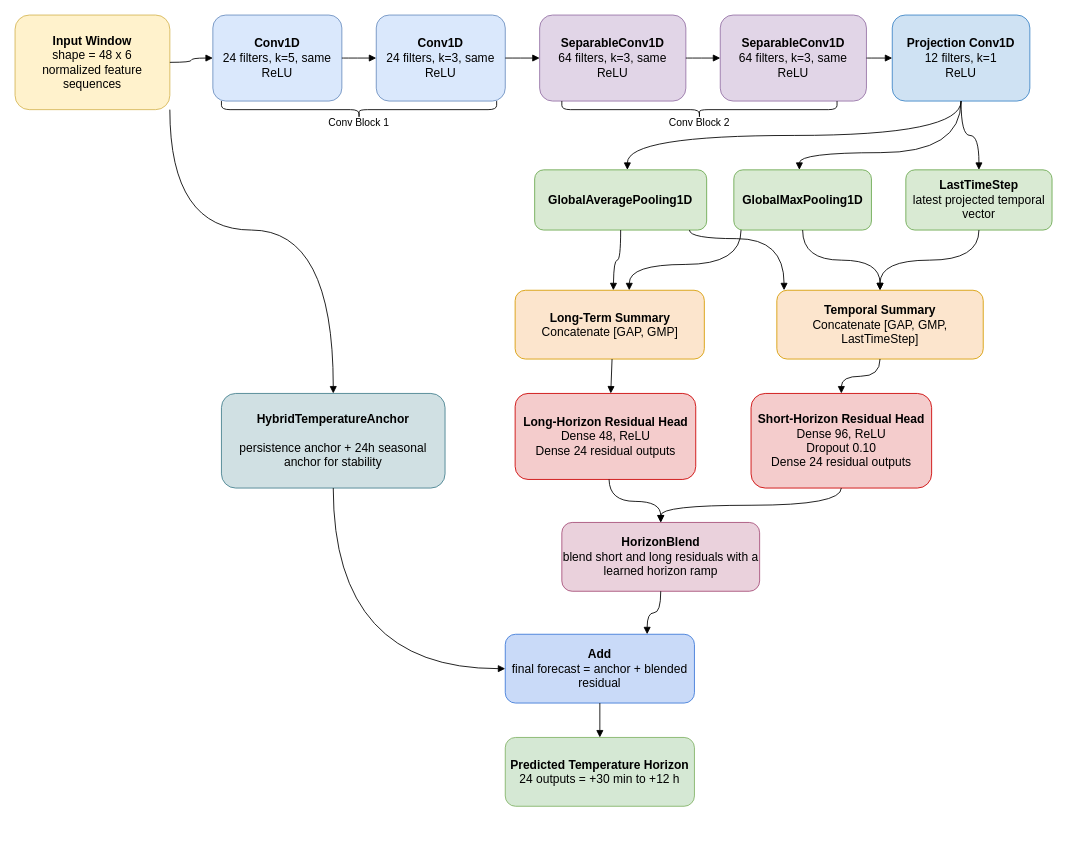
Earlier version of the draw.io diagram page "1D CNN Model" (7 of 11) of tinyml_home_weather_forecasting.drawio (rishi-latchmepersad/TinyML-Home-Weather-Forecasting). Source tidied: cells renumbered, new cells numbered last; positions are measured from the earlier drawing's top-left corner, leaving out a move shared by most shapes. Both pictures are drawn from the tidied source at 86%, with x=0, y=0 at pixel (15, 15).
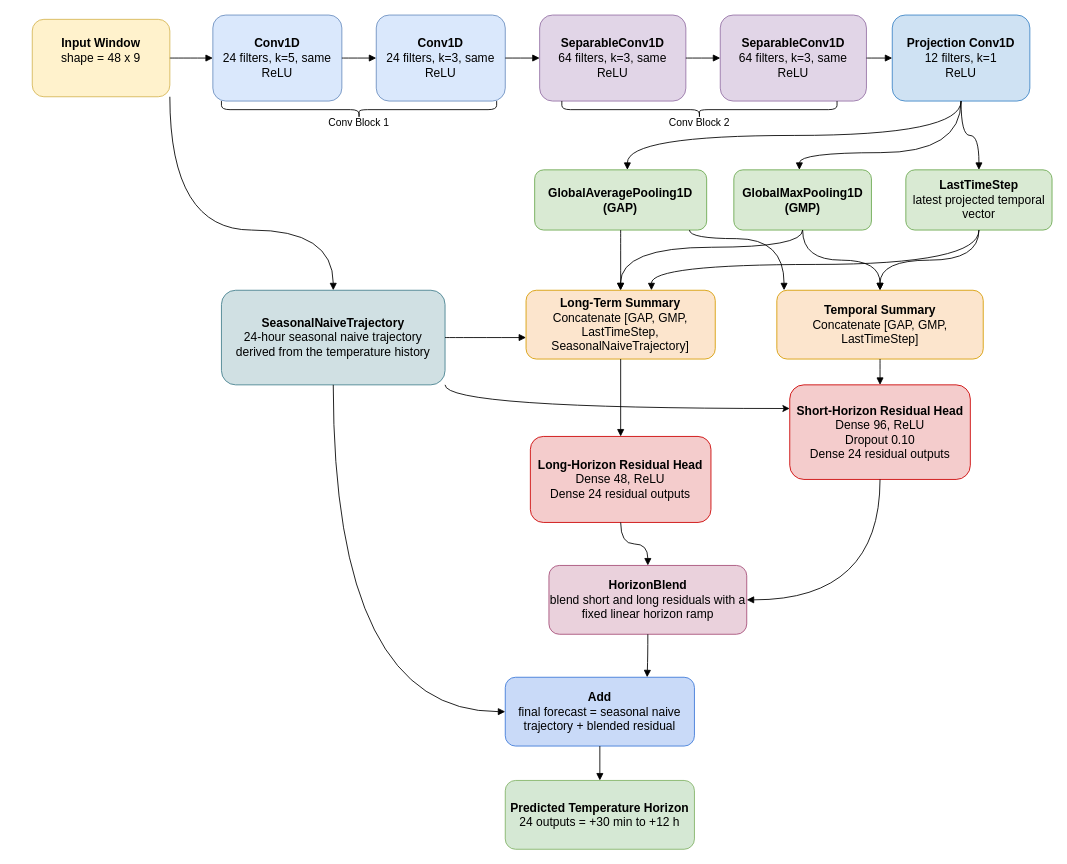
After the change.

Unchanged cells that the change refers to:
```xml
<mxCell id="10" value="&lt;b&gt;LastTimeStep&lt;/b&gt;&lt;div&gt;latest projected temporal vector&lt;/div&gt;" style="rounded=1;whiteSpace=wrap;html=1;fillColor=#d9ead3;strokeColor=#6aa84f;fontSize=14;" parent="1" vertex="1">
  <mxGeometry x="1035.8" y="180" width="170" height="70" as="geometry" />
</mxCell>
```

The edit, as a diff of the source:
```diff
@@
-    <mxCell id="2" value="&lt;b&gt;Input Window&lt;/b&gt;&lt;div&gt;shape = 48 x 6&lt;/div&gt;&lt;div&gt;normalized feature sequences&lt;/div&gt;" style="rounded=1;whiteSpace=wrap;html=1;fillColor=#fff2cc;strokeColor=#d6b656;fontSize=14;" parent="1" vertex="1">
-      <mxGeometry width="180" height="110" as="geometry" />
+    <mxCell id="2" value="&lt;b&gt;Input Window&lt;/b&gt;&lt;div&gt;shape = 48 x 9&lt;/div&gt;&lt;div&gt;&lt;br&gt;&lt;/div&gt;" style="rounded=1;whiteSpace=wrap;html=1;fillColor=#fff2cc;strokeColor=#d6b656;fontSize=14;" parent="1" vertex="1">
+      <mxGeometry x="20" y="5" width="160" height="90" as="geometry" />
     </mxCell>
@@
-    <mxCell id="8" value="&lt;b&gt;GlobalAveragePooling1D&lt;/b&gt;" style="rounded=1;whiteSpace=wrap;html=1;fillColor=#d9ead3;strokeColor=#6aa84f;fontSize=14;" parent="1" vertex="1">
+    <mxCell id="8" value="&lt;b&gt;GlobalAveragePooling1D (GAP)&lt;/b&gt;" style="rounded=1;whiteSpace=wrap;html=1;fillColor=#d9ead3;strokeColor=#6aa84f;fontSize=14;" parent="1" vertex="1">
       <mxGeometry x="604.2" y="180" width="200" height="70" as="geometry" />
     </mxCell>
-    <mxCell id="9" value="&lt;b&gt;GlobalMaxPooling1D&lt;/b&gt;" style="rounded=1;whiteSpace=wrap;html=1;fillColor=#d9ead3;strokeColor=#6aa84f;fontSize=14;" parent="1" vertex="1">
+    <mxCell id="9" value="&lt;b&gt;GlobalMaxPooling1D (GMP)&lt;/b&gt;" style="rounded=1;whiteSpace=wrap;html=1;fillColor=#d9ead3;strokeColor=#6aa84f;fontSize=14;" parent="1" vertex="1">
       <mxGeometry x="835.8" y="180" width="160" height="70" as="geometry" />
     </mxCell>
@@
     <mxCell id="12" value="&lt;b&gt;Short-Horizon Residual Head&lt;/b&gt;&lt;div&gt;Dense 96, ReLU&lt;/div&gt;&lt;div&gt;Dropout 0.10&lt;/div&gt;&lt;div&gt;Dense 24 residual outputs&lt;/div&gt;" style="rounded=1;whiteSpace=wrap;html=1;fillColor=#f4cccc;strokeColor=#cc0000;fontSize=14;" parent="1" vertex="1">
-      <mxGeometry x="855.8" y="440" width="210" height="110" as="geometry" />
+      <mxGeometry x="900.8" y="430" width="210" height="110" as="geometry" />
     </mxCell>
-    <mxCell id="13" value="&lt;b&gt;Long-Term Summary&lt;/b&gt;&lt;div&gt;Concatenate [GAP, GMP]&lt;/div&gt;" style="rounded=1;whiteSpace=wrap;html=1;fillColor=#fce5cd;strokeColor=#d79b00;fontSize=14;" parent="1" vertex="1">
-      <mxGeometry x="581.5" y="320" width="220" height="80" as="geometry" />
+    <mxCell id="13" value="&lt;b&gt;Long-Term Summary&lt;/b&gt;&lt;div&gt;Concatenate [GAP, GMP, LastTimeStep, SeasonalNaiveTrajectory]&lt;/div&gt;" style="rounded=1;whiteSpace=wrap;html=1;fillColor=#fce5cd;strokeColor=#d79b00;fontSize=14;" parent="1" vertex="1">
+      <mxGeometry x="594.2" y="320" width="220" height="80" as="geometry" />
     </mxCell>
     <mxCell id="14" value="&lt;b&gt;Long-Horizon Residual Head&lt;/b&gt;&lt;div&gt;Dense 48, ReLU&lt;/div&gt;&lt;div&gt;Dense 24 residual outputs&lt;/div&gt;" style="rounded=1;whiteSpace=wrap;html=1;fillColor=#f4cccc;strokeColor=#cc0000;fontSize=14;" parent="1" vertex="1">
-      <mxGeometry x="581.5" y="440" width="210" height="100" as="geometry" />
+      <mxGeometry x="599.2" y="490" width="210" height="100" as="geometry" />
     </mxCell>
-    <mxCell id="15" value="&lt;b&gt;HorizonBlend&lt;/b&gt;&lt;div&gt;blend short and long residuals with a learned horizon ramp&lt;/div&gt;" style="rounded=1;whiteSpace=wrap;html=1;fillColor=#ead1dc;strokeColor=#a64d79;fontSize=14;" parent="1" vertex="1">
-      <mxGeometry x="635.8" y="590" width="230" height="80" as="geometry" />
+    <mxCell id="15" value="&lt;b&gt;HorizonBlend&lt;/b&gt;&lt;div&gt;blend short and long residuals with a fixed linear horizon ramp&lt;/div&gt;" style="rounded=1;whiteSpace=wrap;html=1;fillColor=#ead1dc;strokeColor=#a64d79;fontSize=14;" parent="1" vertex="1">
+      <mxGeometry x="620.8" y="640" width="230" height="80" as="geometry" />
     </mxCell>
+    <mxCell id="44" style="edgeStyle=orthogonalEdgeStyle;rounded=0;jettySize=auto;html=1;exitX=1;exitY=1;exitDx=0;exitDy=0;entryX=0;entryY=0.25;entryDx=0;entryDy=0;curved=1;" parent="1" edge="1" source="16" target="12">
+      <mxGeometry relative="1" as="geometry" />
+    </mxCell>
-    <mxCell id="16" value="&lt;b&gt;HybridTemperatureAnchor&lt;/b&gt;&lt;div&gt;&lt;br&gt;&lt;/div&gt;&lt;div&gt;persistence anchor + 24h seasonal anchor for stability&lt;/div&gt;" style="rounded=1;whiteSpace=wrap;html=1;fillColor=#d0e0e3;strokeColor=#45818e;fontSize=14;" parent="1" vertex="1">
-      <mxGeometry x="240" y="440" width="260" height="110" as="geometry" />
+    <mxCell id="16" value="&lt;b&gt;SeasonalNaiveTrajectory&lt;/b&gt;&lt;div&gt;24-hour seasonal naive trajectory&lt;/div&gt;&lt;div&gt;derived from the temperature history&lt;/div&gt;" style="rounded=1;whiteSpace=wrap;html=1;fillColor=#d0e0e3;strokeColor=#45818e;fontSize=14;" parent="1" vertex="1">
+      <mxGeometry x="240" y="320" width="260" height="110" as="geometry" />
     </mxCell>
-    <mxCell id="17" value="&lt;b&gt;Add&lt;/b&gt;&lt;div&gt;final forecast = anchor + blended residual&lt;/div&gt;" style="rounded=1;whiteSpace=wrap;html=1;fillColor=#c9daf8;strokeColor=#3c78d8;fontSize=14;" parent="1" vertex="1">
-      <mxGeometry x="570" y="720" width="220" height="80" as="geometry" />
+    <mxCell id="17" value="&lt;b&gt;Add&lt;/b&gt;&lt;div&gt;final forecast = seasonal naive trajectory + blended residual&lt;/div&gt;" style="rounded=1;whiteSpace=wrap;html=1;fillColor=#c9daf8;strokeColor=#3c78d8;fontSize=14;" parent="1" vertex="1">
+      <mxGeometry x="570" y="770" width="220" height="80" as="geometry" />
     </mxCell>
     <mxCell id="18" value="&lt;b&gt;Predicted Temperature Horizon&lt;/b&gt;&lt;div&gt;24 outputs = +30 min to +12 h&lt;/div&gt;" style="rounded=1;whiteSpace=wrap;html=1;fillColor=#d5e8d4;strokeColor=#82b366;fontSize=14;" parent="1" vertex="1">
-      <mxGeometry x="570" y="840" width="220" height="80" as="geometry" />
+      <mxGeometry x="570" y="890" width="220" height="80" as="geometry" />
     </mxCell>
@@
-    <mxCell id="31" style="endArrow=block;html=1;rounded=0;strokeColor=#000000;edgeStyle=orthogonalEdgeStyle;curved=1;" parent="1" edge="1" source="8">
-      <mxGeometry relative="1" as="geometry">
-        <mxPoint x="695.7" y="320" as="targetPoint" />
-      </mxGeometry>
+    <mxCell id="31" style="endArrow=block;html=1;rounded=0;strokeColor=#000000;edgeStyle=orthogonalEdgeStyle;curved=1;" parent="1" edge="1" source="8" target="13">
+      <mxGeometry relative="1" as="geometry" />
     </mxCell>
-    <mxCell id="32" style="endArrow=block;html=1;rounded=0;strokeColor=#000000;edgeStyle=orthogonalEdgeStyle;curved=1;" parent="1" edge="1">
+    <mxCell id="32" style="endArrow=block;html=1;rounded=0;strokeColor=#000000;edgeStyle=orthogonalEdgeStyle;curved=1;" parent="1" edge="1" source="9" target="13">
       <mxGeometry relative="1" as="geometry">
-        <mxPoint x="844.2" y="250" as="sourcePoint" />
-        <mxPoint x="714.2" y="320" as="targetPoint" />
         <Array as="points">
-          <mxPoint x="844.2" y="290" />
-          <mxPoint x="714.2" y="290" />
+          <mxPoint x="916" y="270" />
+          <mxPoint x="704" y="270" />
         </Array>
       </mxGeometry>
     </mxCell>
-    <mxCell id="33" style="endArrow=block;html=1;rounded=0;strokeColor=#000000;" parent="1" edge="1">
-      <mxGeometry relative="1" as="geometry">
-        <mxPoint x="694.2" y="400" as="sourcePoint" />
-        <mxPoint x="692.7" y="440" as="targetPoint" />
-      </mxGeometry>
+    <mxCell id="33" style="endArrow=block;html=1;rounded=0;strokeColor=#000000;" parent="1" edge="1" source="13" target="14">
+      <mxGeometry relative="1" as="geometry" />
     </mxCell>
-    <mxCell id="34" style="endArrow=block;html=1;rounded=0;strokeColor=#000000;edgeStyle=orthogonalEdgeStyle;curved=1;" parent="1" edge="1" source="12" target="15">
+    <mxCell id="34" style="endArrow=block;html=1;rounded=0;strokeColor=#000000;edgeStyle=orthogonalEdgeStyle;curved=1;entryX=1;entryY=0.5;entryDx=0;entryDy=0;exitX=0.5;exitY=1;exitDx=0;exitDy=0;" parent="1" edge="1" source="12" target="15">
       <mxGeometry relative="1" as="geometry" />
     </mxCell>
-    <mxCell id="35" style="endArrow=block;html=1;rounded=0;strokeColor=#000000;edgeStyle=orthogonalEdgeStyle;curved=1;" parent="1" edge="1" target="15">
-      <mxGeometry relative="1" as="geometry">
-        <mxPoint x="690.7" y="540" as="sourcePoint" />
-      </mxGeometry>
+    <mxCell id="35" style="endArrow=block;html=1;rounded=0;strokeColor=#000000;edgeStyle=orthogonalEdgeStyle;curved=1;" parent="1" edge="1" source="14" target="15">
+      <mxGeometry relative="1" as="geometry" />
     </mxCell>
+    <mxCell id="45" style="endArrow=block;html=1;rounded=0;strokeColor=#000000;edgeStyle=orthogonalEdgeStyle;curved=1;" parent="1" edge="1" source="10" target="13">
+      <mxGeometry relative="1" as="geometry">
+        <Array as="points">
+          <mxPoint x="1120" y="290" />
+          <mxPoint x="740" y="290" />
+        </Array>
+      </mxGeometry>
+    </mxCell>
+    <mxCell id="46" style="endArrow=block;html=1;rounded=0;strokeColor=#000000;edgeStyle=orthogonalEdgeStyle;curved=1;" parent="1" edge="1" source="16" target="13">
+      <mxGeometry relative="1" as="geometry">
+        <Array as="points">
+          <mxPoint x="370" y="360" />
+          <mxPoint x="580" y="360" />
+        </Array>
+      </mxGeometry>
+    </mxCell>
```
